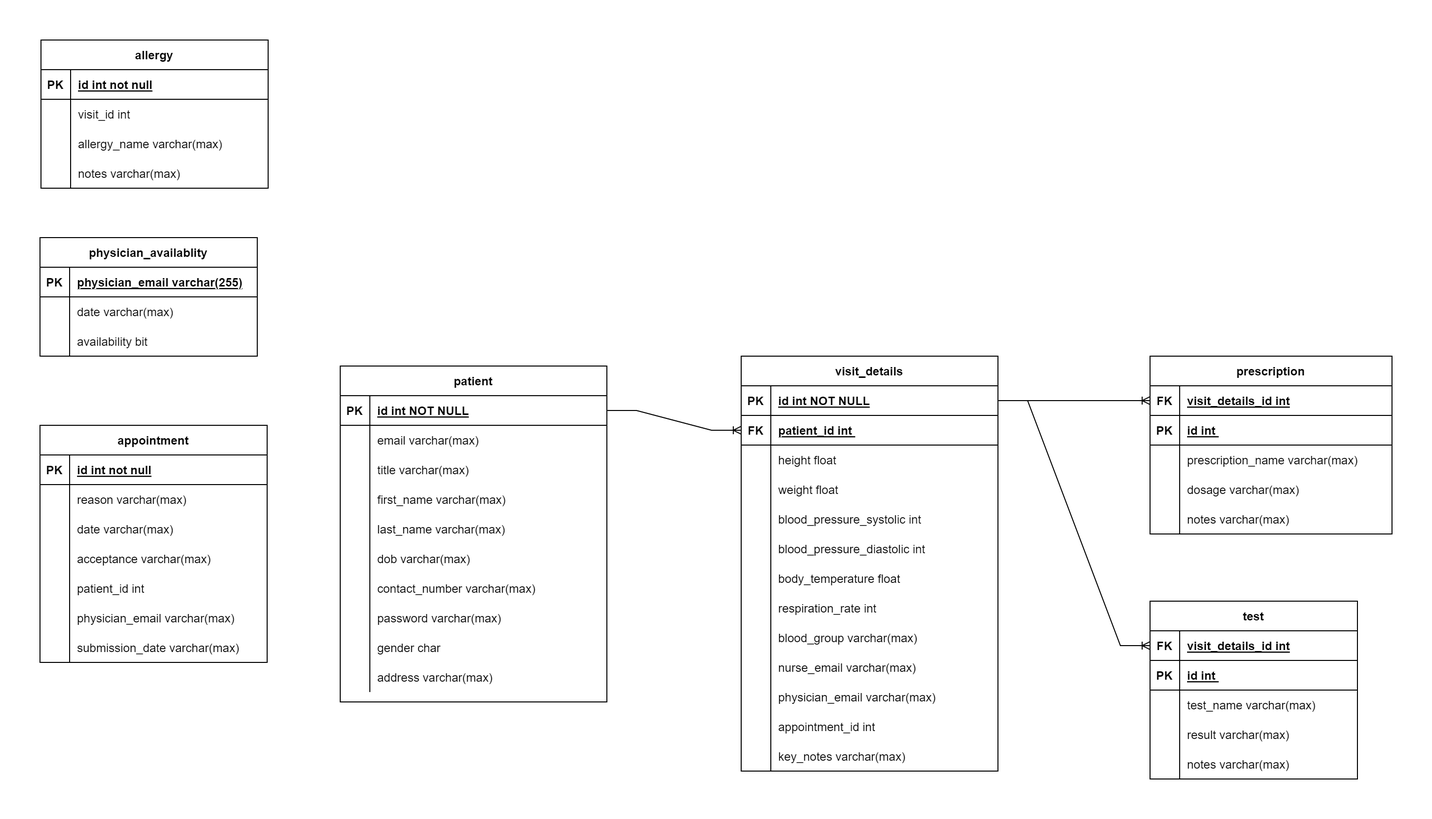
Before: ER_Diagram/ER_Diagram_Hospital_Management.png, a diagram exported from draw.io (221219-dotnet-fs-chennai/poseidon-programs). Source tidied: cells renumbered, new cells last; positions are measured from the earlier drawing's top-left corner, leaving out a move shared by most shapes.
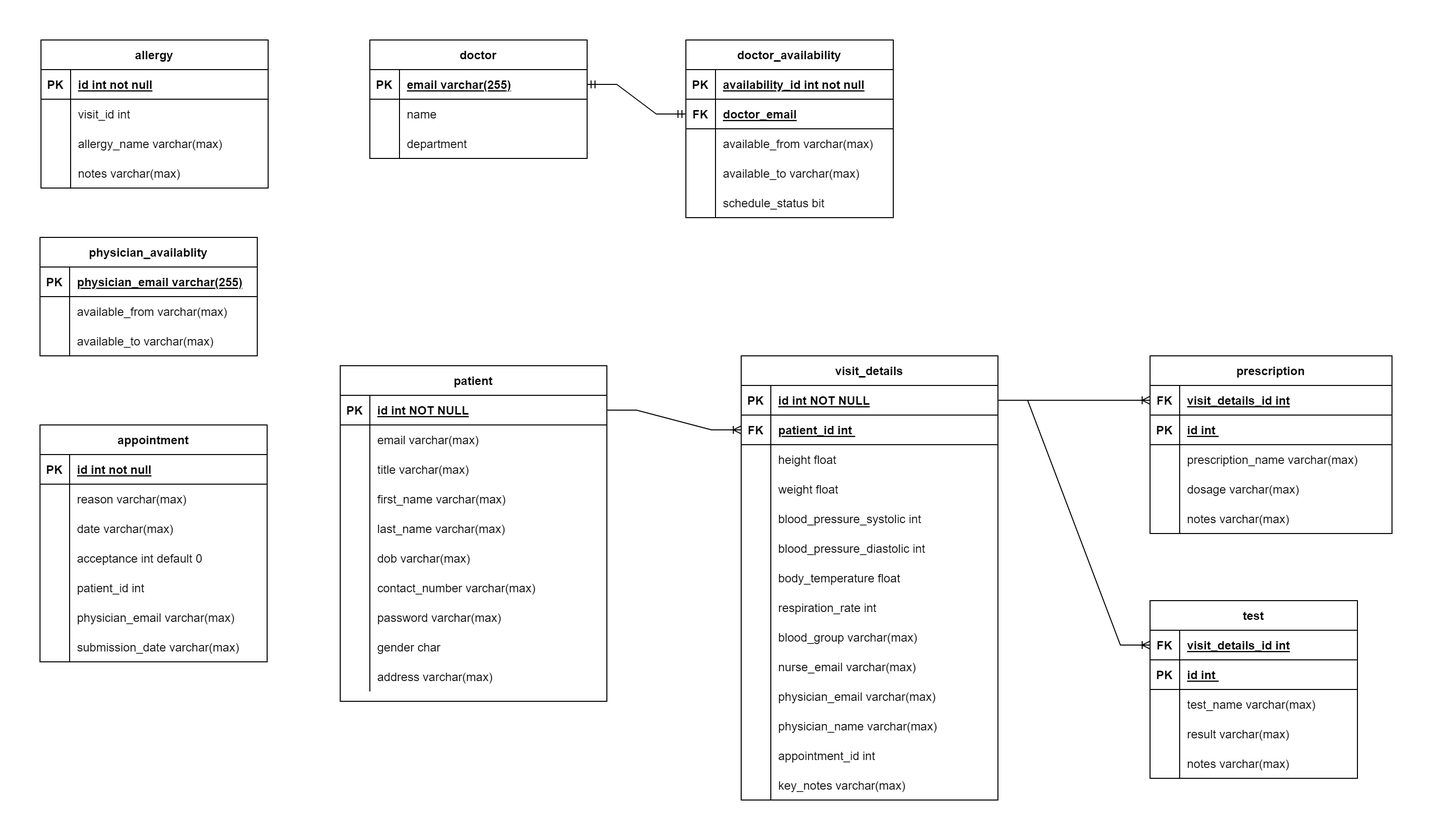
Later version of the same file.

Change to the diagram source:
```diff
@@ -96,7 +96,7 @@
       <mxGeometry x="30" width="240" height="30" as="geometry" />
     </mxCell>
     <mxCell id="33" value="visit_details" style="shape=table;startSize=30;rowLines=0;fontStyle=1;align=center;" parent="1" vertex="1">
-      <mxGeometry x="710" y="320" width="260" height="420" as="geometry" />
+      <mxGeometry x="710" y="320" width="260" height="450" as="geometry" />
     </mxCell>
     <mxCell id="34" style="shape=tableRow;horizontal=0;startSize=0;swimlaneHead=0;swimlaneBody=0;fillColor=none;points=[[0,0.5],[1,0.5]];portConstraint=eastwest;top=0;left=0;right=0;bottom=1;" parent="33" vertex="1">
       <mxGeometry y="30" width="260" height="30" as="geometry" />
@@ -197,8 +197,17 @@
     <mxCell id="66" value="physician_email varchar(max)" style="shape=partialRectangle;fillColor=none;top=0;left=0;bottom=0;right=0;align=left;spacingLeft=6;overflow=hidden;" parent="64" vertex="1">
       <mxGeometry x="30" width="230" height="30" as="geometry" />
     </mxCell>
+    <mxCell id="153" style="shape=tableRow;horizontal=0;startSize=0;swimlaneHead=0;swimlaneBody=0;fillColor=none;top=0;left=0;right=0;bottom=0;" parent="33" vertex="1">
+      <mxGeometry y="360" width="260" height="30" as="geometry" />
+    </mxCell>
+    <mxCell id="154" style="shape=partialRectangle;fillColor=none;top=0;left=0;bottom=0;right=0;overflow=hidden;" parent="153" vertex="1">
+      <mxGeometry width="30" height="30" as="geometry" />
+    </mxCell>
+    <mxCell id="155" value="physician_name varchar(max)" style="shape=partialRectangle;fillColor=none;top=0;left=0;bottom=0;right=0;align=left;spacingLeft=6;overflow=hidden;" parent="153" vertex="1">
+      <mxGeometry x="30" width="230" height="30" as="geometry" />
+    </mxCell>
     <mxCell id="67" style="shape=tableRow;horizontal=0;startSize=0;swimlaneHead=0;swimlaneBody=0;fillColor=none;top=0;left=0;right=0;bottom=0;" parent="33" vertex="1">
-      <mxGeometry y="360" width="260" height="30" as="geometry" />
+      <mxGeometry y="390" width="260" height="30" as="geometry" />
     </mxCell>
     <mxCell id="68" style="shape=partialRectangle;fillColor=none;top=0;left=0;bottom=0;right=0;overflow=hidden;" parent="67" vertex="1">
       <mxGeometry width="30" height="30" as="geometry" />
@@ -207,7 +216,7 @@
       <mxGeometry x="30" width="230" height="30" as="geometry" />
     </mxCell>
     <mxCell id="70" style="shape=tableRow;horizontal=0;startSize=0;swimlaneHead=0;swimlaneBody=0;fillColor=none;top=0;left=0;right=0;bottom=0;" parent="33" vertex="1">
-      <mxGeometry y="390" width="260" height="30" as="geometry" />
+      <mxGeometry y="420" width="260" height="30" as="geometry" />
     </mxCell>
     <mxCell id="71" style="shape=partialRectangle;fillColor=none;top=0;left=0;bottom=0;right=0;overflow=hidden;" parent="70" vertex="1">
       <mxGeometry width="30" height="30" as="geometry" />
@@ -338,7 +347,7 @@
     <mxCell id="113" style="shape=partialRectangle;fillColor=none;top=0;left=0;bottom=0;right=0;overflow=hidden;" parent="112" vertex="1">
       <mxGeometry width="30" height="30" as="geometry" />
     </mxCell>
-    <mxCell id="114" value="date varchar(max)    " style="shape=partialRectangle;fillColor=none;top=0;left=0;bottom=0;right=0;align=left;spacingLeft=6;overflow=hidden;" parent="112" vertex="1">
+    <mxCell id="114" value="available_from varchar(max)    " style="shape=partialRectangle;fillColor=none;top=0;left=0;bottom=0;right=0;align=left;spacingLeft=6;overflow=hidden;" parent="112" vertex="1">
       <mxGeometry x="30" width="190" height="30" as="geometry" />
     </mxCell>
     <mxCell id="115" style="shape=tableRow;horizontal=0;startSize=0;swimlaneHead=0;swimlaneBody=0;fillColor=none;top=0;left=0;right=0;bottom=0;" parent="108" vertex="1">
@@ -347,7 +356,7 @@
     <mxCell id="116" style="shape=partialRectangle;fillColor=none;top=0;left=0;bottom=0;right=0;overflow=hidden;" parent="115" vertex="1">
       <mxGeometry width="30" height="30" as="geometry" />
     </mxCell>
-    <mxCell id="117" value="availability bit" style="shape=partialRectangle;fillColor=none;top=0;left=0;bottom=0;right=0;align=left;spacingLeft=6;overflow=hidden;" parent="115" vertex="1">
+    <mxCell id="117" value="available_to varchar(max)" style="shape=partialRectangle;fillColor=none;top=0;left=0;bottom=0;right=0;align=left;spacingLeft=6;overflow=hidden;" parent="115" vertex="1">
       <mxGeometry x="30" width="190" height="30" as="geometry" />
     </mxCell>
     <mxCell id="118" value="appointment" style="shape=table;startSize=30;rowLines=0;fontStyle=1;align=center;" parent="1" vertex="1">
@@ -386,7 +395,7 @@
     <mxCell id="129" style="shape=partialRectangle;fillColor=none;top=0;left=0;bottom=0;right=0;overflow=hidden;" parent="128" vertex="1">
       <mxGeometry width="30" height="30" as="geometry" />
     </mxCell>
-    <mxCell id="130" value="acceptance varchar(max)" style="shape=partialRectangle;fillColor=none;top=0;left=0;bottom=0;right=0;align=left;spacingLeft=6;overflow=hidden;" parent="128" vertex="1">
+    <mxCell id="130" value="acceptance int default 0" style="shape=partialRectangle;fillColor=none;top=0;left=0;bottom=0;right=0;align=left;spacingLeft=6;overflow=hidden;" parent="128" vertex="1">
       <mxGeometry x="30" width="200" height="30" as="geometry" />
     </mxCell>
     <mxCell id="131" style="shape=tableRow;horizontal=0;startSize=0;swimlaneHead=0;swimlaneBody=0;fillColor=none;top=0;left=0;right=0;bottom=0;" parent="118" vertex="1">
@@ -455,5 +464,86 @@
     <mxCell id="152" value="notes varchar(max)" style="shape=partialRectangle;fillColor=none;top=0;left=0;bottom=0;right=0;align=left;spacingLeft=6;overflow=hidden;" parent="150" vertex="1">
       <mxGeometry x="30" width="200" height="30" as="geometry" />
     </mxCell>
+    <mxCell id="156" value="doctor" style="shape=table;startSize=30;rowLines=0;fontStyle=1;align=center;" parent="1" vertex="1">
+      <mxGeometry x="334" width="220" height="120" as="geometry" />
+    </mxCell>
+    <mxCell id="157" style="shape=tableRow;horizontal=0;startSize=0;swimlaneHead=0;swimlaneBody=0;fillColor=none;points=[[0,0.5],[1,0.5]];portConstraint=eastwest;top=0;left=0;right=0;bottom=1;" parent="156" vertex="1">
+      <mxGeometry y="30" width="220" height="30" as="geometry" />
+    </mxCell>
+    <mxCell id="158" value="PK" style="shape=partialRectangle;fillColor=none;top=0;left=0;bottom=0;right=0;fontStyle=1;overflow=hidden;" parent="157" vertex="1">
+      <mxGeometry width="30" height="30" as="geometry" />
+    </mxCell>
+    <mxCell id="159" value="email varchar(255)" style="shape=partialRectangle;fillColor=none;top=0;left=0;bottom=0;right=0;align=left;spacingLeft=6;fontStyle=5;overflow=hidden;" parent="157" vertex="1">
+      <mxGeometry x="30" width="190" height="30" as="geometry" />
+    </mxCell>
+    <mxCell id="160" style="shape=tableRow;horizontal=0;startSize=0;swimlaneHead=0;swimlaneBody=0;fillColor=none;top=0;left=0;right=0;bottom=0;" parent="156" vertex="1">
+      <mxGeometry y="60" width="220" height="30" as="geometry" />
+    </mxCell>
+    <mxCell id="161" style="shape=partialRectangle;fillColor=none;top=0;left=0;bottom=0;right=0;overflow=hidden;" parent="160" vertex="1">
+      <mxGeometry width="30" height="30" as="geometry" />
+    </mxCell>
+    <mxCell id="162" value="name" style="shape=partialRectangle;fillColor=none;top=0;left=0;bottom=0;right=0;align=left;spacingLeft=6;overflow=hidden;" parent="160" vertex="1">
+      <mxGeometry x="30" width="190" height="30" as="geometry" />
+    </mxCell>
+    <mxCell id="163" style="shape=tableRow;horizontal=0;startSize=0;swimlaneHead=0;swimlaneBody=0;fillColor=none;top=0;left=0;right=0;bottom=0;" parent="156" vertex="1">
+      <mxGeometry y="90" width="220" height="30" as="geometry" />
+    </mxCell>
+    <mxCell id="164" style="shape=partialRectangle;fillColor=none;top=0;left=0;bottom=0;right=0;overflow=hidden;" parent="163" vertex="1">
+      <mxGeometry width="30" height="30" as="geometry" />
+    </mxCell>
+    <mxCell id="165" value="department" style="shape=partialRectangle;fillColor=none;top=0;left=0;bottom=0;right=0;align=left;spacingLeft=6;overflow=hidden;" parent="163" vertex="1">
+      <mxGeometry x="30" width="190" height="30" as="geometry" />
+    </mxCell>
+    <mxCell id="166" value="doctor_availability" style="shape=table;startSize=30;rowLines=0;fontStyle=1;align=center;" parent="1" vertex="1">
+      <mxGeometry x="654" width="210" height="180" as="geometry" />
+    </mxCell>
+    <mxCell id="167" style="shape=tableRow;horizontal=0;startSize=0;swimlaneHead=0;swimlaneBody=0;fillColor=none;top=0;left=0;right=0;bottom=1;" parent="166" vertex="1">
+      <mxGeometry y="30" width="210" height="30" as="geometry" />
+    </mxCell>
+    <mxCell id="168" value="PK" style="shape=partialRectangle;fillColor=none;top=0;left=0;bottom=0;right=0;fontStyle=1;overflow=hidden;" parent="167" vertex="1">
+      <mxGeometry width="30" height="30" as="geometry" />
+    </mxCell>
+    <mxCell id="169" value="availability_id int not null" style="shape=partialRectangle;fillColor=none;top=0;left=0;bottom=0;right=0;align=left;spacingLeft=6;fontStyle=5;overflow=hidden;" parent="167" vertex="1">
+      <mxGeometry x="30" width="180" height="30" as="geometry" />
+    </mxCell>
+    <mxCell id="170" style="shape=tableRow;horizontal=0;startSize=0;swimlaneHead=0;swimlaneBody=0;fillColor=none;points=[[0,0.5],[1,0.5]];portConstraint=eastwest;top=0;left=0;right=0;bottom=1;" parent="166" vertex="1">
+      <mxGeometry y="60" width="210" height="30" as="geometry" />
+    </mxCell>
+    <mxCell id="171" value="FK" style="shape=partialRectangle;fillColor=none;top=0;left=0;bottom=0;right=0;fontStyle=1;overflow=hidden;" parent="170" vertex="1">
+      <mxGeometry width="30" height="30" as="geometry" />
+    </mxCell>
+    <mxCell id="172" value="doctor_email" style="shape=partialRectangle;fillColor=none;top=0;left=0;bottom=0;right=0;align=left;spacingLeft=6;fontStyle=5;overflow=hidden;" parent="170" vertex="1">
+      <mxGeometry x="30" width="180" height="30" as="geometry" />
+    </mxCell>
+    <mxCell id="173" style="shape=tableRow;horizontal=0;startSize=0;swimlaneHead=0;swimlaneBody=0;fillColor=none;top=0;left=0;right=0;bottom=0;" parent="166" vertex="1">
+      <mxGeometry y="90" width="210" height="30" as="geometry" />
+    </mxCell>
+    <mxCell id="174" style="shape=partialRectangle;fillColor=none;top=0;left=0;bottom=0;right=0;overflow=hidden;" parent="173" vertex="1">
+      <mxGeometry width="30" height="30" as="geometry" />
+    </mxCell>
+    <mxCell id="175" value="available_from varchar(max)    " style="shape=partialRectangle;fillColor=none;top=0;left=0;bottom=0;right=0;align=left;spacingLeft=6;overflow=hidden;" parent="173" vertex="1">
+      <mxGeometry x="30" width="180" height="30" as="geometry" />
+    </mxCell>
+    <mxCell id="176" style="shape=tableRow;horizontal=0;startSize=0;swimlaneHead=0;swimlaneBody=0;fillColor=none;top=0;left=0;right=0;bottom=0;" parent="166" vertex="1">
+      <mxGeometry y="120" width="210" height="30" as="geometry" />
+    </mxCell>
+    <mxCell id="177" style="shape=partialRectangle;fillColor=none;top=0;left=0;bottom=0;right=0;overflow=hidden;" parent="176" vertex="1">
+      <mxGeometry width="30" height="30" as="geometry" />
+    </mxCell>
+    <mxCell id="178" value="available_to varchar(max)" style="shape=partialRectangle;fillColor=none;top=0;left=0;bottom=0;right=0;align=left;spacingLeft=6;overflow=hidden;" parent="176" vertex="1">
+      <mxGeometry x="30" width="180" height="30" as="geometry" />
+    </mxCell>
+    <mxCell id="179" style="shape=tableRow;horizontal=0;startSize=0;swimlaneHead=0;swimlaneBody=0;fillColor=none;top=0;left=0;right=0;bottom=0;" parent="166" vertex="1">
+      <mxGeometry y="150" width="210" height="30" as="geometry" />
+    </mxCell>
+    <mxCell id="180" style="shape=partialRectangle;fillColor=none;top=0;left=0;bottom=0;right=0;overflow=hidden;" parent="179" vertex="1">
+      <mxGeometry width="30" height="30" as="geometry" />
+    </mxCell>
+    <mxCell id="181" value="schedule_status bit" style="shape=partialRectangle;fillColor=none;top=0;left=0;bottom=0;right=0;align=left;spacingLeft=6;overflow=hidden;" parent="179" vertex="1">
+      <mxGeometry x="30" width="180" height="30" as="geometry" />
+    </mxCell>
+    <mxCell id="182" style="edgeStyle=entityRelationEdgeStyle;fontSize=12;html=1;endArrow=ERmandOne;startArrow=ERmandOne;rounded=0;exitX=1;exitY=0.5;exitDx=0;exitDy=0;entryX=0;entryY=0.5;entryDx=0;entryDy=0;" parent="1" edge="1" source="157" target="170">
+      <mxGeometry relative="1" as="geometry" />
+    </mxCell>
   </root>
 </mxGraphModel>
```
